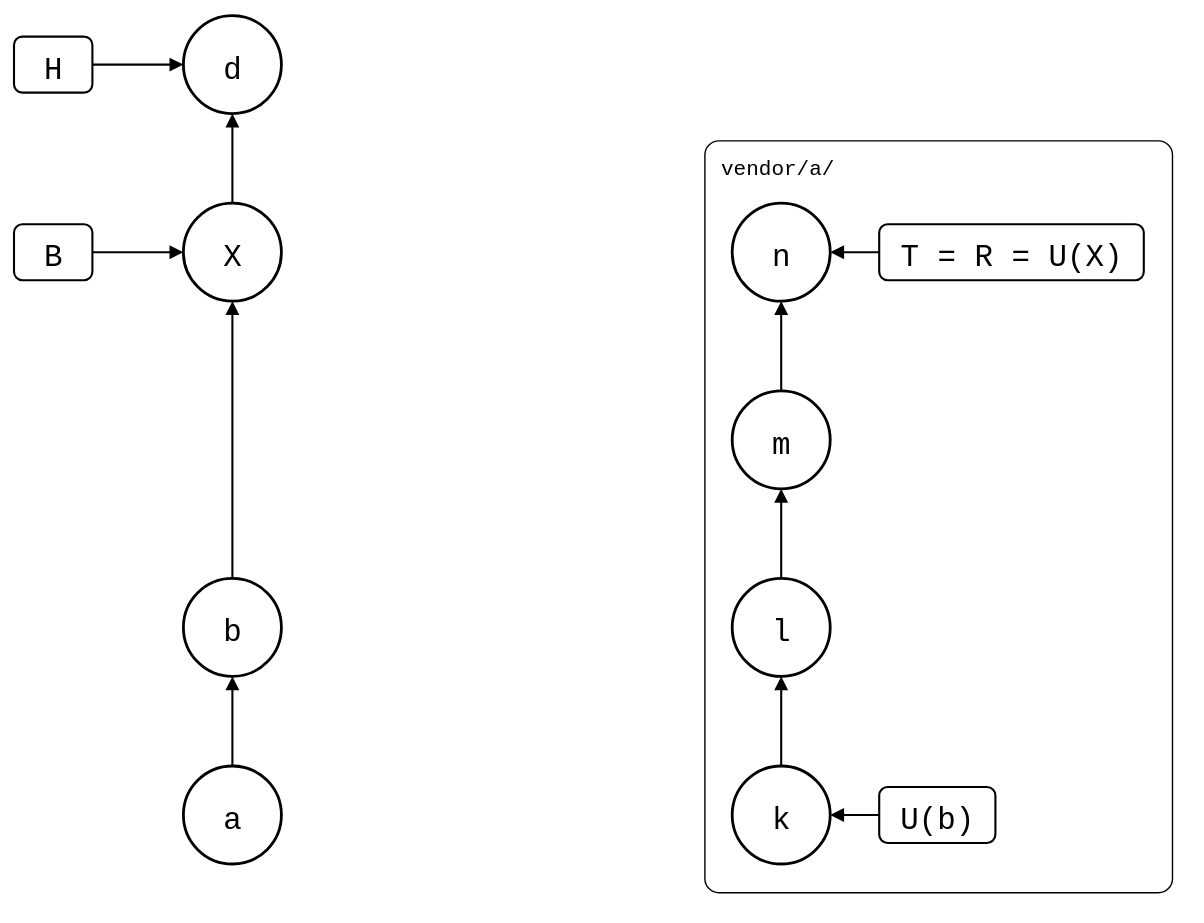
roschaefer/git-splice keeps this draw.io diagram as test/scenarios/03-branches-and-teamwork/05-bisect-into-a-pull/bisect-into-a-pull.drawio.svg. Above is the earlier version. Source tidied: cells renumbered, new cells last; positions are measured from the earlier drawing's top-left corner, leaving out a move shared by most shapes.
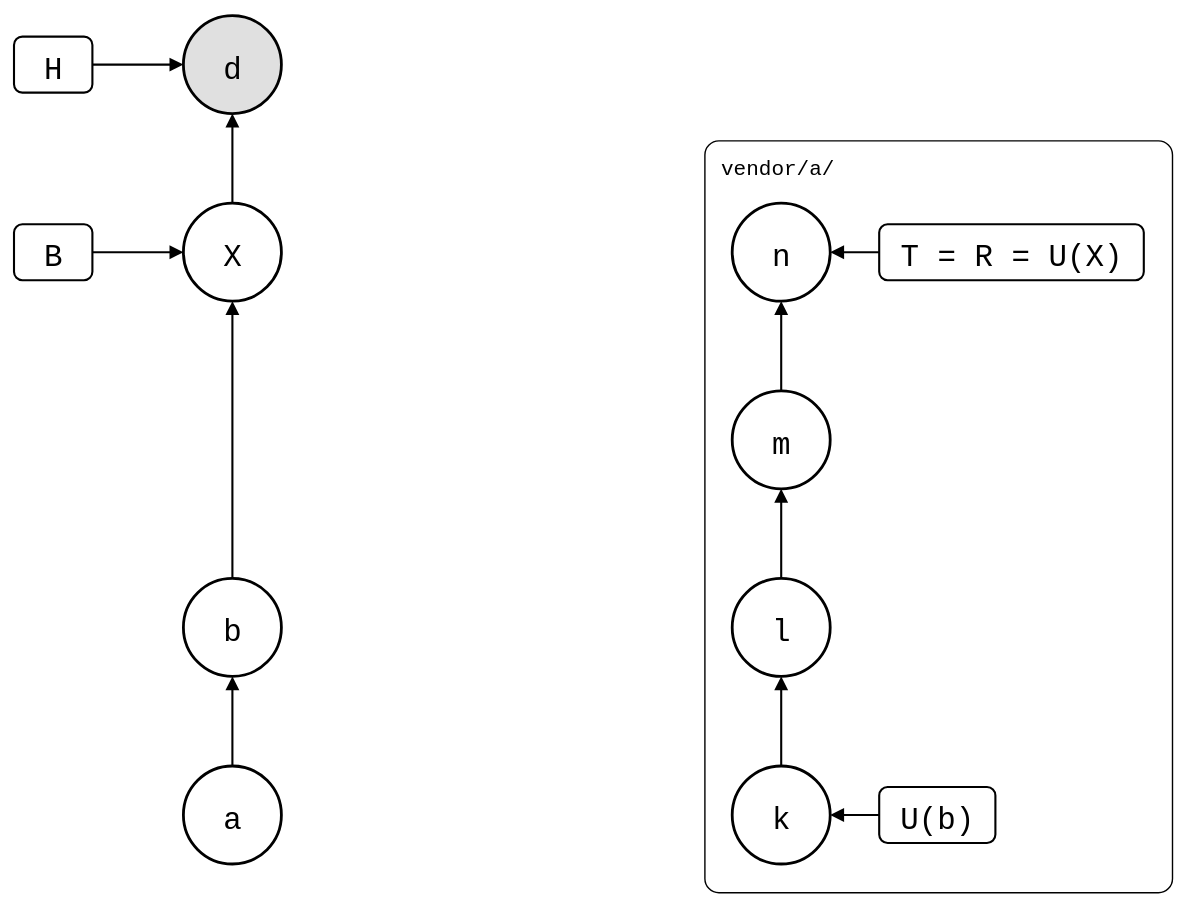
The same diagram one commit later.

Diff of the diagram source:
```diff
@@ -14,7 +14,7 @@
     <mxCell id="5" value="X" style="ellipse;strokeWidth=2;fontSize=22;fontFamily=Roboto Mono,monospace;" parent="1" vertex="1">
       <mxGeometry x="121" y="134" width="70" height="70" as="geometry" />
     </mxCell>
-    <mxCell id="6" value="d" style="ellipse;strokeWidth=2;fontSize=22;fontFamily=Roboto Mono,monospace;" parent="1" vertex="1">
+    <mxCell id="6" value="d" style="ellipse;strokeWidth=2;fontSize=22;fontFamily=Roboto Mono,monospace;fillColor=#E0E0E0;" parent="1" vertex="1">
       <mxGeometry x="121" width="70" height="70" as="geometry" />
     </mxCell>
     <mxCell id="7" value="k" style="ellipse;strokeWidth=2;fontSize=22;fontFamily=Roboto Mono,monospace;" parent="1" vertex="1">
```
